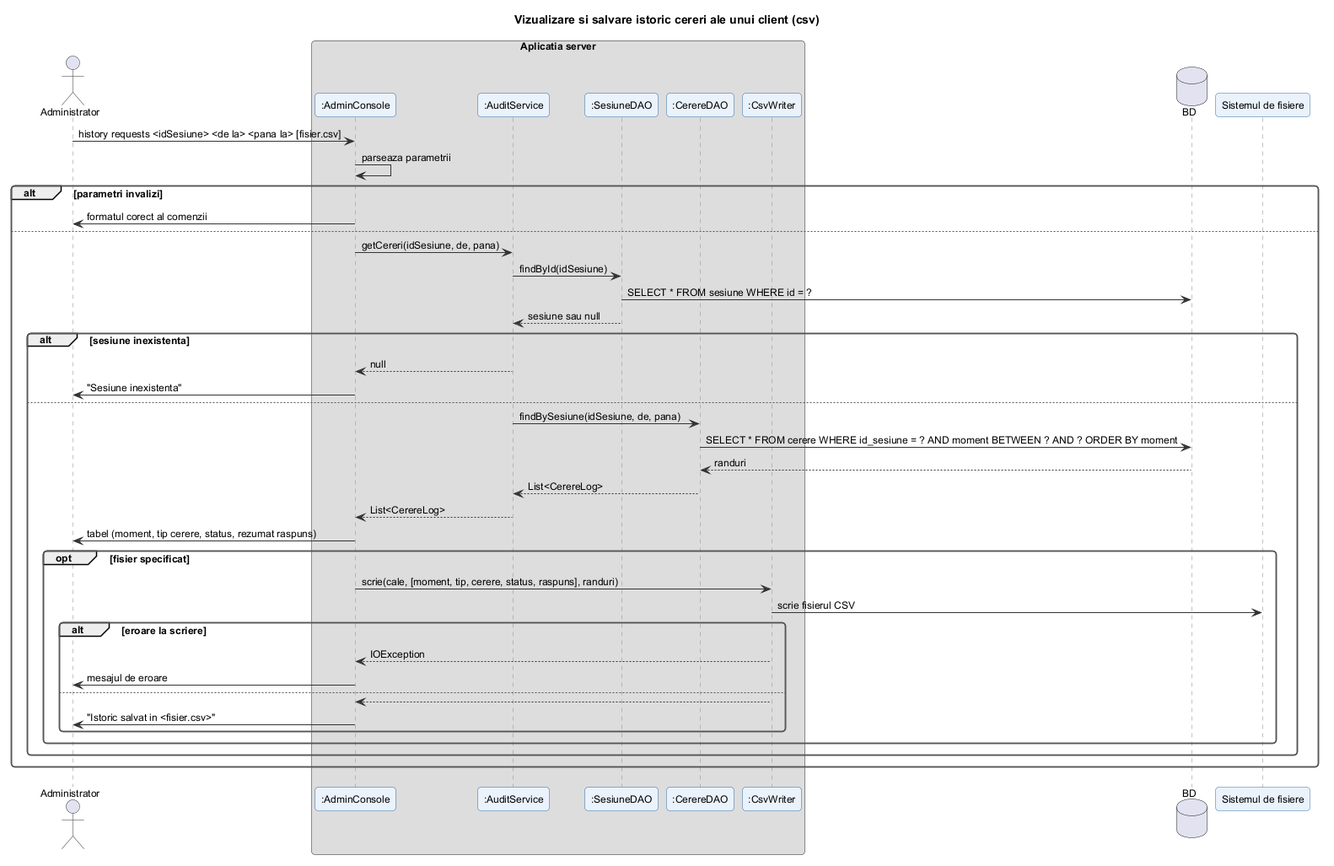
This is docs/diagrame/6_secventa/istoric_cereri_client.png from filip-eanu/ProiectIS, a PlantUML export, as it was before one commit.
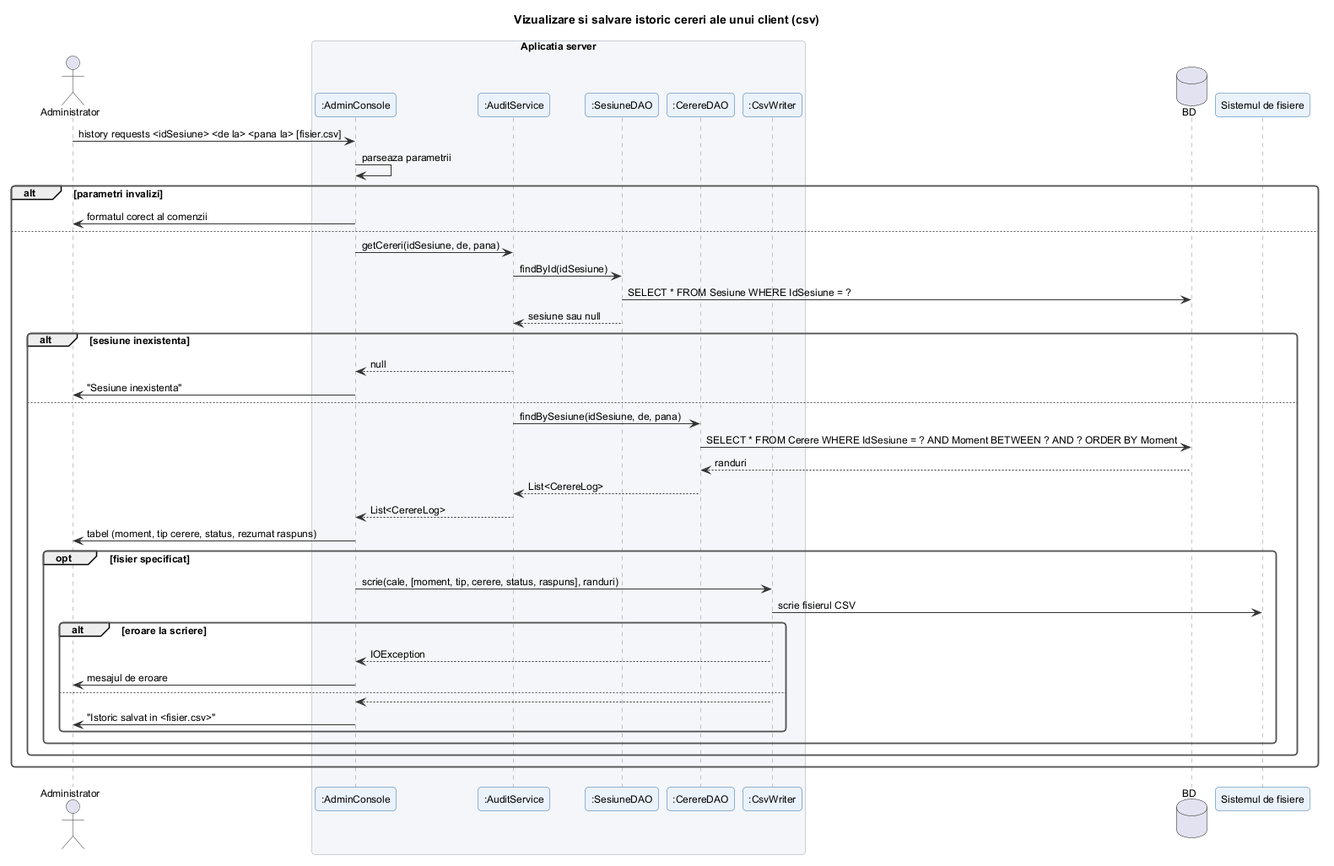
The same diagram one commit later.

What changed in the source:
```diff
@@ -20,14 +20,14 @@
 else
   AC -> AS : getCereri(idSesiune, de, pana)
   AS -> SD : findById(idSesiune)
-  SD -> DB : SELECT * FROM sesiune WHERE id = ?
+  SD -> DB : SELECT * FROM Sesiune WHERE IdSesiune = ?
   SD --> AS : sesiune sau null
   alt sesiune inexistenta
     AS --> AC : null
     AC -> Administrator : "Sesiune inexistenta"
   else
     AS -> D : findBySesiune(idSesiune, de, pana)
-    D -> DB : SELECT * FROM cerere WHERE id_sesiune = ? AND moment BETWEEN ? AND ? ORDER BY moment
+    D -> DB : SELECT * FROM Cerere WHERE IdSesiune = ? AND Moment BETWEEN ? AND ? ORDER BY Moment
     DB --> D : randuri
     D --> AS : List<CerereLog>
     AS --> AC : List<CerereLog>
```
